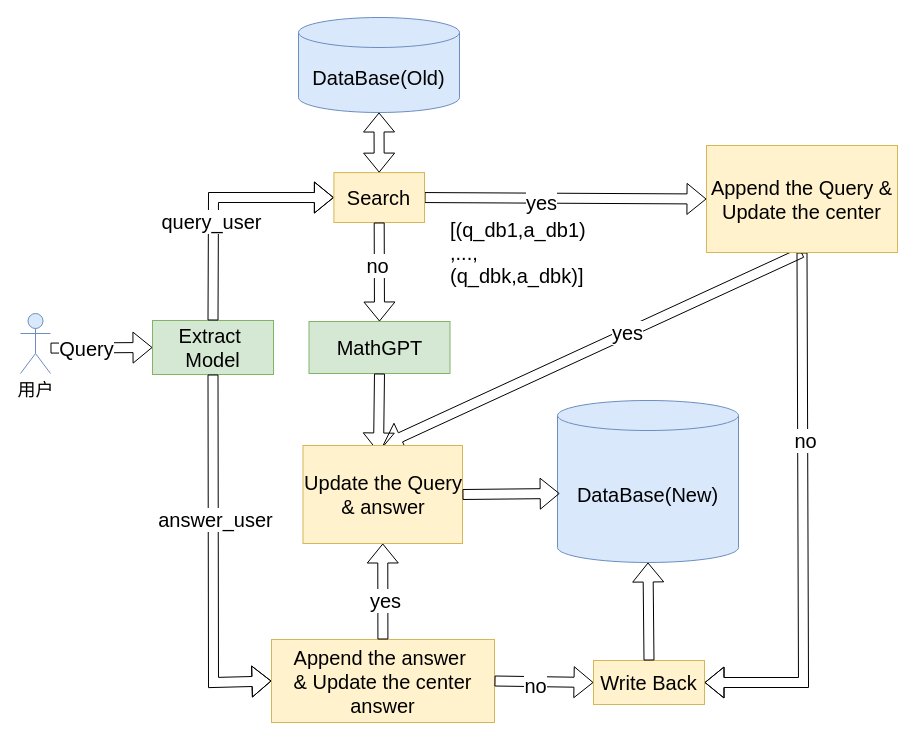
Before: pics/未命名绘图.drawio in QinHsiu/plot_demo, a draw.io diagram. Source tidied: cells renumbered, new cells numbered last; positions are measured from the earlier drawing's top-left corner, leaving out a move shared by most shapes. Both pictures are drawn from the tidied source at 100%, with x=0, y=0 at pixel (20, 17).
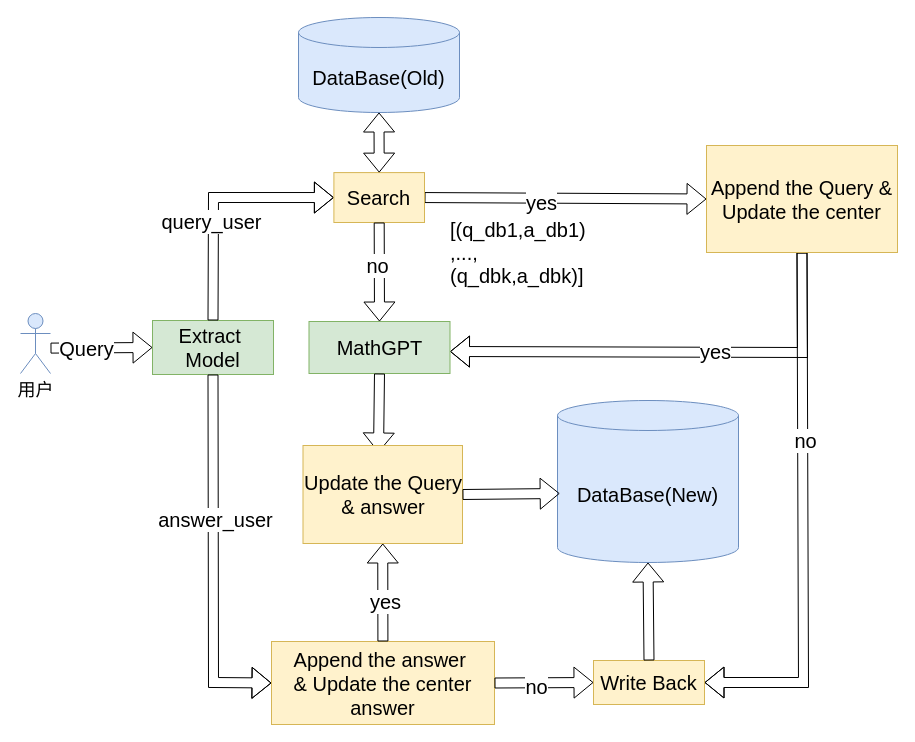
The same page after the edit.

Commit message:
更新未命名绘图.drawio

Unchanged cells that the change refers to:
```xml
<mxCell id="21" value="&lt;font style=&quot;font-size: 20px;&quot;&gt;Append the Query &amp;amp; Update the center&lt;/font&gt;" style="rounded=0;whiteSpace=wrap;html=1;fillColor=#fff2cc;gradientColor=none;strokeColor=#d6b656;" parent="1" vertex="1">
  <mxGeometry x="686" y="128" width="191" height="107" as="geometry" />
</mxCell>
<mxCell id="29" value="&lt;font style=&quot;font-size: 20px;&quot;&gt;Update the Query &amp;amp; answer&lt;/font&gt;" style="rounded=0;whiteSpace=wrap;html=1;fillColor=#fff2cc;gradientColor=none;strokeColor=#d6b656;" parent="1" vertex="1">
  <mxGeometry x="282.5" y="428" width="159.5" height="98" as="geometry" />
</mxCell>
```

What changed in the source:
```diff
@@
-    <mxCell id="8" style="endArrow=classic;html=1;rounded=0;entryX=0.5;entryY=0;entryDx=0;entryDy=0;shape=flexArrow;exitX=0.5;exitY=1;exitDx=0;exitDy=0;" parent="1" edge="1" source="21" target="29">
-      <mxGeometry relative="1" as="geometry" />
+    <mxCell id="8" style="endArrow=classic;html=1;rounded=0;entryX=1;entryY=0.5;entryDx=0;entryDy=0;shape=flexArrow;exitX=0.5;exitY=1;exitDx=0;exitDy=0;" parent="1" edge="1" source="21">
+      <mxGeometry relative="1" as="geometry">
+        <mxPoint x="429.5" y="334" as="targetPoint" />
+        <Array as="points">
+          <mxPoint x="782" y="335" />
+        </Array>
+      </mxGeometry>
     </mxCell>
@@
     <mxCell id="22" value="&lt;font style=&quot;font-size: 20px;&quot;&gt;Append the answer&lt;span style=&quot;background-color: initial;&quot;&gt;&amp;nbsp;&lt;/span&gt;&lt;/font&gt;&lt;div style=&quot;font-size: 20px;&quot;&gt;&lt;span style=&quot;background-color: initial;&quot;&gt;&lt;font style=&quot;font-size: 20px;&quot;&gt;&amp;amp; Update the center answer&lt;/font&gt;&lt;/span&gt;&lt;/div&gt;" style="rounded=0;whiteSpace=wrap;html=1;fillColor=#fff2cc;gradientColor=none;strokeColor=#d6b656;" parent="1" vertex="1">
-      <mxGeometry x="251" y="622" width="223" height="83" as="geometry" />
+      <mxGeometry x="251" y="624" width="223" height="83" as="geometry" />
     </mxCell>
```
